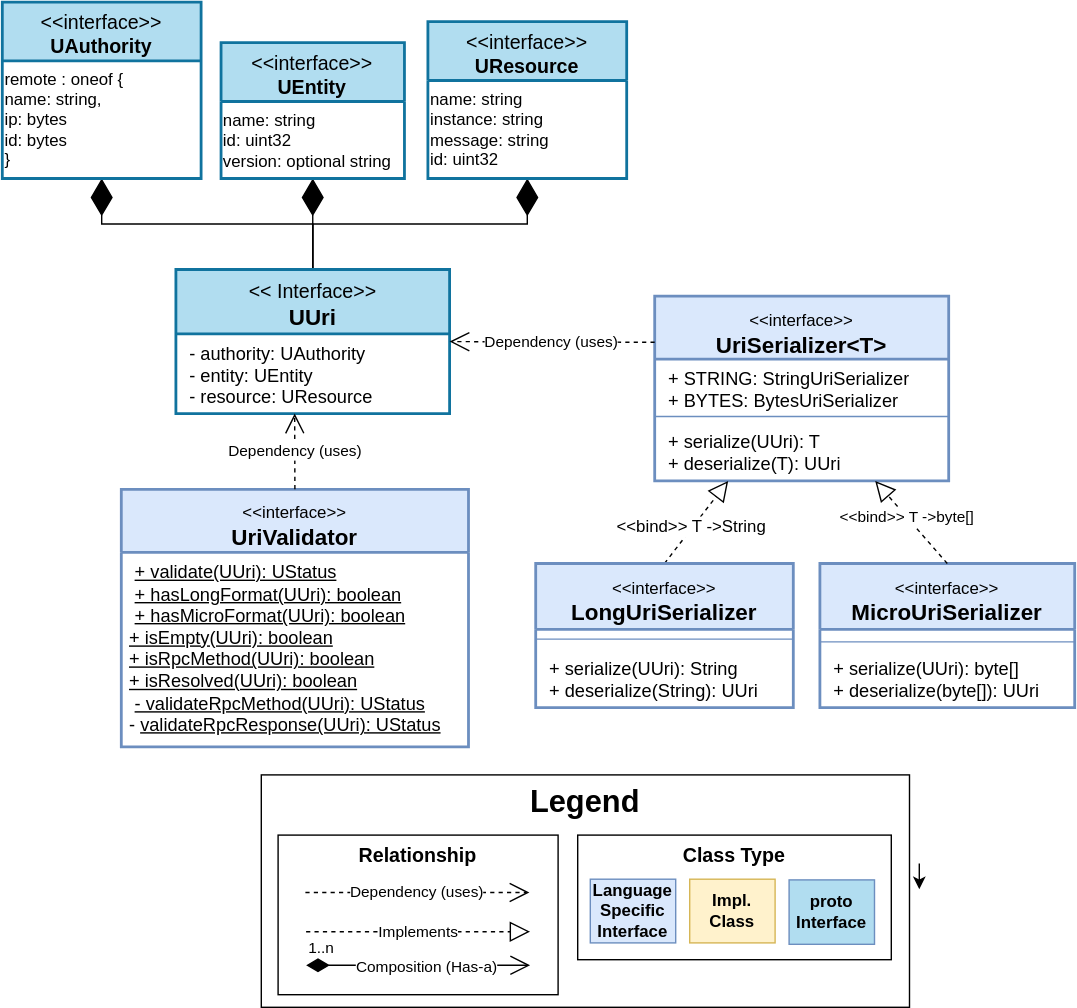
This is basics/uuri.drawio.svg from eclipse-uprotocol/up-spec, a draw.io export, as it was before one commit. Source tidied: cells renumbered, new cells last; positions are measured from the earlier drawing's top-left corner, leaving out a move shared by most shapes.
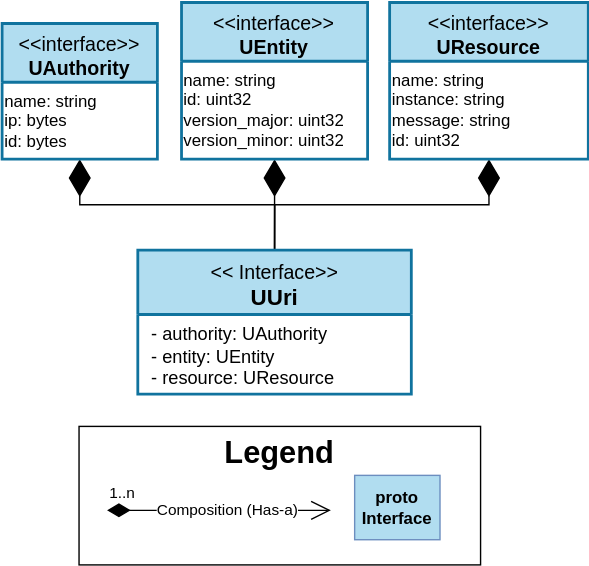
The same file after the commit.

Diff of the diagram source:
```diff
@@ -12,10 +12,10 @@
       <mxGeometry relative="1" as="geometry" />
     </mxCell>
     <mxCell id="5" value="&lt;font style=&quot;font-size: 14px;&quot;&gt;&lt;span style=&quot;font-weight: normal;&quot;&gt;&amp;lt;&amp;lt;interface&amp;gt;&amp;gt;&lt;/span&gt;&lt;br&gt;UAuthority&lt;/font&gt;" style="swimlane;fontStyle=1;align=center;verticalAlign=top;horizontal=1;startSize=42;whiteSpace=wrap;html=1;labelBackgroundColor=none;fillColor=#B1DDF0;strokeColor=#10739E;fontColor=#000000;strokeWidth=2;" parent="1" vertex="1">
-      <mxGeometry width="142" height="126" as="geometry" />
+      <mxGeometry x="27" y="29" width="111" height="97" as="geometry" />
     </mxCell>
-    <mxCell id="6" value="&lt;div style=&quot;&quot;&gt;&lt;span style=&quot;background-color: initial;&quot;&gt;remote : oneof {&lt;/span&gt;&lt;br&gt;&lt;/div&gt;&lt;div style=&quot;&quot;&gt;&lt;span style=&quot;background-color: initial;&quot;&gt;&amp;nbsp; &amp;nbsp; name: string,&lt;/span&gt;&lt;/div&gt;&lt;div style=&quot;&quot;&gt;&amp;nbsp; &amp;nbsp; ip: bytes&lt;/div&gt;&lt;div style=&quot;&quot;&gt;&amp;nbsp; &amp;nbsp; id: bytes&lt;/div&gt;&lt;div style=&quot;&quot;&gt;}&lt;/div&gt;" style="text;html=1;align=left;verticalAlign=middle;strokeColor=none;fillColor=none;fontColor=#000000;" parent="5" vertex="1">
-      <mxGeometry y="42" width="142" height="84" as="geometry" />
+    <mxCell id="6" value="&lt;div style=&quot;&quot;&gt;&lt;span style=&quot;background-color: initial;&quot;&gt;name: string&lt;/span&gt;&lt;br&gt;&lt;/div&gt;&lt;div style=&quot;&quot;&gt;ip: bytes&lt;/div&gt;&lt;div style=&quot;&quot;&gt;id: bytes&lt;/div&gt;" style="text;html=1;align=left;verticalAlign=middle;strokeColor=none;fillColor=none;fontColor=#000000;" parent="5" vertex="1">
+      <mxGeometry y="42" width="111" height="55" as="geometry" />
     </mxCell>
     <mxCell id="7" value="&lt;font style=&quot;&quot;&gt;&lt;span style=&quot;font-weight: normal;&quot;&gt;&lt;font style=&quot;font-size: 14px;&quot;&gt;&amp;lt;&amp;lt; Interface&amp;gt;&amp;gt;&lt;/font&gt;&lt;/span&gt;&lt;br&gt;&lt;span style=&quot;font-size: 16px;&quot;&gt;UUri&lt;/span&gt;&lt;/font&gt;" style="swimlane;fontStyle=1;align=center;verticalAlign=top;horizontal=1;startSize=46;whiteSpace=wrap;html=1;fillColor=#B1DDF0;strokeColor=#10739e;fontSize=15;strokeWidth=2;fontColor=#000000;" parent="1" vertex="1">
       <mxGeometry x="124" y="191" width="195.5" height="103" as="geometry" />
@@ -24,10 +24,10 @@
       <mxGeometry y="46" width="195.5" height="57" as="geometry" />
     </mxCell>
     <mxCell id="9" value="&lt;font style=&quot;font-size: 14px;&quot;&gt;&lt;span style=&quot;font-weight: normal;&quot;&gt;&amp;lt;&amp;lt;interface&amp;gt;&amp;gt;&lt;/span&gt;&lt;br&gt;UEntity&lt;/font&gt;" style="swimlane;fontStyle=1;align=center;verticalAlign=top;horizontal=1;startSize=42;whiteSpace=wrap;html=1;labelBackgroundColor=none;fillColor=#B1DDF0;strokeColor=#10739E;fontColor=#000000;strokeWidth=2;" parent="1" vertex="1">
-      <mxGeometry x="156.2" y="29" width="131" height="97" as="geometry" />
+      <mxGeometry x="155.2" y="14" width="133" height="112" as="geometry" />
     </mxCell>
-    <mxCell id="10" value="name: string&lt;br&gt;id: uint32&lt;br&gt;version: optional string" style="text;html=1;align=left;verticalAlign=middle;strokeColor=none;fillColor=none;fontColor=#000000;" parent="9" vertex="1">
-      <mxGeometry y="42" width="131" height="55" as="geometry" />
+    <mxCell id="10" value="name: string&lt;br&gt;id: uint32&lt;br&gt;version_major: uint32&lt;br&gt;version_minor: uint32" style="text;html=1;align=left;verticalAlign=middle;strokeColor=none;fillColor=none;fontColor=#000000;" parent="9" vertex="1">
+      <mxGeometry y="42" width="133" height="70" as="geometry" />
     </mxCell>
     <mxCell id="11" value="&lt;font style=&quot;font-size: 14px;&quot;&gt;&lt;span style=&quot;font-weight: normal;&quot;&gt;&amp;lt;&amp;lt;interface&amp;gt;&amp;gt;&lt;/span&gt;&lt;br&gt;UResource&lt;/font&gt;" style="swimlane;fontStyle=1;align=center;verticalAlign=top;horizontal=1;startSize=42;whiteSpace=wrap;html=1;labelBackgroundColor=none;fillColor=#B1DDF0;strokeColor=#10739E;fontColor=#000000;strokeWidth=2;" parent="1" vertex="1">
       <mxGeometry x="304" y="14" width="142" height="112" as="geometry" />
@@ -36,99 +36,15 @@
       <mxGeometry y="42" width="142" height="70" as="geometry" />
     </mxCell>
     <mxCell id="13" value="&lt;b style=&quot;font-size: 22px;&quot;&gt;&lt;font style=&quot;font-size: 22px;&quot;&gt;Legend&lt;/font&gt;&lt;/b&gt;" style="rounded=0;whiteSpace=wrap;html=1;verticalAlign=top;fontSize=22;fontColor=#000000;fillColor=#FFFFFF;strokeColor=#000000;align=center;" parent="1" vertex="1">
-      <mxGeometry x="185" y="552" width="463" height="166" as="geometry" />
+      <mxGeometry x="82" y="317" width="287" height="99" as="geometry" />
     </mxCell>
-    <mxCell id="14" value="&lt;b style=&quot;font-size: 14px;&quot;&gt;&lt;font style=&quot;font-size: 14px;&quot;&gt;Class Type&lt;/font&gt;&lt;/b&gt;" style="rounded=0;whiteSpace=wrap;html=1;verticalAlign=top;fontSize=14;fontColor=#000000;strokeColor=#000000;fillColor=#FFFFFF;" parent="1" vertex="1">
-      <mxGeometry x="411" y="595" width="224" height="89" as="geometry" />
-    </mxCell>
-    <mxCell id="15" value="Impl. Class" style="rounded=0;whiteSpace=wrap;html=1;fontStyle=1;fontSize=12;fillColor=#fff2cc;strokeColor=#d6b656;fontColor=#000000;" parent="1" vertex="1">
-      <mxGeometry x="491" y="626.5" width="61" height="45.5" as="geometry" />
-    </mxCell>
-    <mxCell id="16" value="Language Specific Interface" style="rounded=0;whiteSpace=wrap;html=1;fontStyle=1;fontSize=12;fillColor=#dae8fc;strokeColor=#6c8ebf;fontColor=#000000;" parent="1" vertex="1">
-      <mxGeometry x="420" y="626.5" width="61" height="45.5" as="geometry" />
-    </mxCell>
-    <mxCell id="17" value="&lt;b style=&quot;font-size: 14px;&quot;&gt;&lt;font style=&quot;font-size: 14px;&quot;&gt;Relationship&lt;/font&gt;&lt;/b&gt;" style="rounded=0;whiteSpace=wrap;html=1;verticalAlign=top;fontSize=14;fontColor=#000000;fillColor=#FFFFFF;strokeColor=#000000;" parent="1" vertex="1">
-      <mxGeometry x="197" y="595" width="200" height="114" as="geometry" />
-    </mxCell>
-    <mxCell id="18" value="Implements" style="endArrow=block;dashed=1;endFill=0;endSize=12;html=1;rounded=0;fontColor=#000000;labelBackgroundColor=#FFFFFF;strokeColor=#000000;" parent="1" edge="1">
-      <mxGeometry relative="1" as="geometry">
-        <mxPoint x="217" y="664" as="sourcePoint" />
-        <mxPoint x="377" y="664" as="targetPoint" />
-      </mxGeometry>
-    </mxCell>
-    <mxCell id="19" value="Dependency (uses)" style="endArrow=open;endSize=12;dashed=1;html=1;rounded=0;fontColor=#000000;labelBackgroundColor=#FFFFFF;strokeColor=#000000;" parent="1" edge="1">
-      <mxGeometry relative="1" as="geometry">
-        <mxPoint x="216.5" y="636" as="sourcePoint" />
-        <mxPoint x="376.5" y="636" as="targetPoint" />
-      </mxGeometry>
-    </mxCell>
-    <mxCell id="20" value="&lt;font style=&quot;font-size: 16px;&quot;&gt;&lt;span style=&quot;font-size: 12px; font-weight: 400;&quot;&gt;&amp;lt;&amp;lt;interface&amp;gt;&amp;gt;&lt;br&gt;&lt;/span&gt;UriSerializer&amp;lt;T&amp;gt;&lt;/font&gt;" style="swimlane;fontStyle=1;align=center;verticalAlign=top;horizontal=1;startSize=45;whiteSpace=wrap;html=1;fillColor=#dae8fc;strokeColor=#6c8ebf;fontSize=15;fontColor=#000000;strokeWidth=2;" parent="1" vertex="1">
-      <mxGeometry x="466" y="210" width="210" height="132" as="geometry" />
-    </mxCell>
-    <mxCell id="21" value="&lt;p style=&quot;border-color: var(--border-color); margin: 0px 0px 0px 4px; font-size: 13px;&quot;&gt;+ STRING: StringUriSerializer&lt;/p&gt;&lt;p style=&quot;border-color: var(--border-color); margin: 0px 0px 0px 4px; font-size: 13px;&quot;&gt;+ BYTES: BytesUriSerializer&lt;/p&gt;" style="text;strokeColor=none;fillColor=none;align=left;verticalAlign=top;spacingLeft=4;spacingRight=4;overflow=hidden;whiteSpace=wrap;html=1;fontColor=#000000;fontSize=13;" parent="20" vertex="1">
-      <mxGeometry y="45" width="210" height="37" as="geometry" />
-    </mxCell>
-    <mxCell id="22" style="line;strokeWidth=1;fillColor=none;align=left;verticalAlign=middle;spacingTop=-1;spacingLeft=3;spacingRight=3;labelPosition=right;strokeColor=inherit;fontColor=#000000;" parent="20" vertex="1">
-      <mxGeometry y="82" width="210" height="8" as="geometry" />
-    </mxCell>
-    <mxCell id="23" value="&lt;p style=&quot;border-color: var(--border-color); margin: 0px 0px 0px 4px; font-size: 13px;&quot;&gt;&lt;span style=&quot;background-color: initial; font-size: 13px;&quot;&gt;+ serialize(UUri): T&lt;/span&gt;&lt;br style=&quot;font-size: 13px;&quot;&gt;&lt;/p&gt;&lt;p style=&quot;border-color: var(--border-color); margin: 0px 0px 0px 4px; font-size: 13px;&quot;&gt;+ deserialize(T): UUri&lt;/p&gt;&lt;p style=&quot;border-color: var(--border-color); margin: 0px 0px 0px 4px; font-size: 13px;&quot;&gt;&lt;br style=&quot;font-size: 13px;&quot;&gt;&lt;/p&gt;" style="text;strokeColor=none;fillColor=none;align=left;verticalAlign=top;spacingLeft=4;spacingRight=4;overflow=hidden;whiteSpace=wrap;html=1;fontColor=#000000;fontSize=13;" parent="20" vertex="1">
-      <mxGeometry y="90" width="210" height="42" as="geometry" />
-    </mxCell>
-    <mxCell id="24" style="endArrow=block;dashed=1;endFill=0;endSize=12;html=1;rounded=0;exitX=0.5;exitY=0;exitDx=0;exitDy=0;fontColor=#000000;strokeColor=#000000;entryX=0.25;entryY=1;entryDx=0;entryDy=0;" parent="1" edge="1" source="26" target="20">
-      <mxGeometry relative="1" as="geometry" />
-    </mxCell>
-    <mxCell id="25" value="&amp;lt;&amp;lt;bind&amp;gt;&amp;gt; T -&amp;gt;String" style="edgeLabel;html=1;align=center;verticalAlign=middle;fontSize=12;fontColor=#000000;labelBackgroundColor=#FFFFFF;" parent="24" vertex="1">
-      <mxGeometry x="-0.14" y="2" relative="1" as="geometry" />
-    </mxCell>
-    <mxCell id="26" value="&lt;font style=&quot;font-size: 16px;&quot;&gt;&lt;span style=&quot;font-size: 12px; font-weight: 400;&quot;&gt;&amp;lt;&amp;lt;interface&amp;gt;&amp;gt;&lt;br&gt;&lt;/span&gt;LongUriSerializer&lt;/font&gt;" style="swimlane;fontStyle=1;align=center;verticalAlign=top;horizontal=1;startSize=47;whiteSpace=wrap;html=1;fillColor=#dae8fc;strokeColor=#6c8ebf;fontSize=15;fontColor=#000000;strokeWidth=2;" parent="1" vertex="1">
-      <mxGeometry x="381" y="401" width="184" height="103" as="geometry" />
-    </mxCell>
-    <mxCell id="27" style="line;strokeWidth=1;fillColor=none;align=left;verticalAlign=middle;spacingTop=-1;spacingLeft=3;spacingRight=3;labelPosition=right;strokeColor=inherit;fontColor=#000000;" parent="26" vertex="1">
-      <mxGeometry y="47" width="184" height="14" as="geometry" />
-    </mxCell>
-    <mxCell id="28" value="&lt;p style=&quot;border-color: var(--border-color); margin: 0px 0px 0px 4px; font-size: 13px;&quot;&gt;&lt;span style=&quot;background-color: initial; font-size: 13px;&quot;&gt;+ serialize(UUri): String&lt;/span&gt;&lt;br style=&quot;font-size: 13px;&quot;&gt;&lt;/p&gt;&lt;p style=&quot;border-color: var(--border-color); margin: 0px 0px 0px 4px; font-size: 13px;&quot;&gt;+ deserialize(String): UUri&lt;/p&gt;" style="text;strokeColor=none;fillColor=none;align=left;verticalAlign=top;spacingLeft=4;spacingRight=4;overflow=hidden;whiteSpace=wrap;html=1;fontColor=#000000;fontSize=13;" parent="26" vertex="1">
-      <mxGeometry y="61" width="184" height="42" as="geometry" />
-    </mxCell>
-    <mxCell id="29" value="&lt;font style=&quot;font-size: 16px;&quot;&gt;&lt;span style=&quot;font-size: 12px; font-weight: 400;&quot;&gt;&amp;lt;&amp;lt;interface&amp;gt;&amp;gt;&lt;br&gt;&lt;/span&gt;MicroUriSerializer&lt;/font&gt;" style="swimlane;fontStyle=1;align=center;verticalAlign=top;horizontal=1;startSize=47;whiteSpace=wrap;html=1;fillColor=#dae8fc;strokeColor=#6c8ebf;fontSize=15;fontColor=#000000;strokeWidth=2;" parent="1" vertex="1">
-      <mxGeometry x="584" y="401" width="182" height="103" as="geometry" />
-    </mxCell>
-    <mxCell id="30" value="&lt;p style=&quot;border-color: var(--border-color); margin: 0px 0px 0px 4px;&quot;&gt;&lt;br&gt;&lt;/p&gt;" style="text;strokeColor=none;fillColor=none;align=left;verticalAlign=top;spacingLeft=4;spacingRight=4;overflow=hidden;whiteSpace=wrap;html=1;fontColor=#000000;" parent="29" vertex="1">
-      <mxGeometry y="47" width="182" height="4" as="geometry" />
-    </mxCell>
-    <mxCell id="31" style="line;strokeWidth=1;fillColor=none;align=left;verticalAlign=middle;spacingTop=-1;spacingLeft=3;spacingRight=3;labelPosition=right;strokeColor=inherit;fontColor=#000000;" parent="29" vertex="1">
-      <mxGeometry y="51" width="182" height="10" as="geometry" />
-    </mxCell>
-    <mxCell id="32" value="&lt;p style=&quot;border-color: var(--border-color); margin: 0px 0px 0px 4px; font-size: 13px;&quot;&gt;&lt;span style=&quot;background-color: initial; font-size: 13px;&quot;&gt;+ serialize(UUri): byte[]&lt;/span&gt;&lt;br style=&quot;font-size: 13px;&quot;&gt;&lt;/p&gt;&lt;p style=&quot;border-color: var(--border-color); margin: 0px 0px 0px 4px; font-size: 13px;&quot;&gt;+ deserialize(byte[]): UUri&lt;/p&gt;" style="text;strokeColor=none;fillColor=none;align=left;verticalAlign=top;spacingLeft=4;spacingRight=4;overflow=hidden;whiteSpace=wrap;html=1;fontColor=#000000;fontSize=13;" parent="29" vertex="1">
-      <mxGeometry y="61" width="182" height="42" as="geometry" />
-    </mxCell>
-    <mxCell id="33" value="&amp;lt;&amp;lt;bind&amp;gt;&amp;gt; T -&amp;gt;byte[]" style="endArrow=block;dashed=1;endFill=0;endSize=12;html=1;rounded=0;exitX=0.5;exitY=0;exitDx=0;exitDy=0;entryX=0.75;entryY=1;entryDx=0;entryDy=0;fontColor=#000000;strokeColor=#000000;labelBackgroundColor=#FFFFFF;" parent="1" edge="1" source="29" target="20">
-      <mxGeometry x="0.13" relative="1" as="geometry" />
-    </mxCell>
-    <mxCell id="34" value="Dependency (uses)" style="endArrow=open;endSize=12;dashed=1;html=1;rounded=0;entryX=1;entryY=0.5;entryDx=0;entryDy=0;fontColor=#000000;strokeColor=#000000;labelBackgroundColor=#FFFFFF;exitX=0;exitY=0.25;exitDx=0;exitDy=0;" parent="1" edge="1" source="20" target="7">
-      <mxGeometry relative="1" as="geometry" />
-    </mxCell>
     <mxCell id="35" value="proto Interface" style="rounded=0;whiteSpace=wrap;html=1;fontStyle=1;fontSize=12;fillColor=#B1DDF0;strokeColor=#6c8ebf;fontColor=#000000;" parent="1" vertex="1">
-      <mxGeometry x="562" y="627" width="61" height="46" as="geometry" />
+      <mxGeometry x="279" y="352" width="61" height="46" as="geometry" />
     </mxCell>
-    <mxCell id="36" value="&lt;font style=&quot;&quot;&gt;&lt;font style=&quot;font-size: 12px;&quot;&gt;&lt;span style=&quot;font-weight: normal;&quot;&gt;&amp;lt;&amp;lt;interface&amp;gt;&amp;gt;&lt;/span&gt;&lt;br&gt;&lt;/font&gt;&lt;span style=&quot;font-size: 16px;&quot;&gt;UriValidator&lt;/span&gt;&lt;br&gt;&lt;/font&gt;" style="swimlane;fontStyle=1;align=center;verticalAlign=top;horizontal=1;startSize=45;whiteSpace=wrap;html=1;fillColor=#dae8fc;strokeColor=#6c8ebf;fontSize=15;fontColor=#000000;strokeWidth=2;" parent="1" vertex="1">
-      <mxGeometry x="85" y="348" width="248" height="184" as="geometry" />
-    </mxCell>
-    <mxCell id="37" value="&lt;p style=&quot;border-color: var(--border-color); margin: 0px 0px 0px 4px;&quot;&gt;&lt;u&gt;&lt;span style=&quot;background-color: initial;&quot;&gt;+ validate(UUri): UStatus&lt;/span&gt;&lt;br&gt;&lt;/u&gt;&lt;/p&gt;&lt;p style=&quot;border-color: var(--border-color); margin: 0px 0px 0px 4px;&quot;&gt;&lt;u&gt;&lt;span style=&quot;background-color: initial;&quot;&gt;+ hasLongFormat(UUri): boolean&lt;/span&gt;&lt;br&gt;&lt;/u&gt;&lt;/p&gt;&lt;p style=&quot;border-color: var(--border-color); margin: 0px 0px 0px 4px;&quot;&gt;&lt;u&gt;+ hasMicroFormat(UUri): boolean&lt;/u&gt;&lt;/p&gt;&lt;div&gt;&lt;span style=&quot;background-color: initial;&quot;&gt;&amp;nbsp;&lt;u&gt;+ isEmpty(UUri): boolean&lt;/u&gt;&lt;/span&gt;&lt;br&gt;&lt;/div&gt;&lt;div&gt;&amp;nbsp;&lt;u&gt;+ isRpcMethod(UUri): boolean&lt;/u&gt;&lt;/div&gt;&lt;div&gt;&amp;nbsp;&lt;u&gt;+ isResolved(UUri): boolean&lt;/u&gt;&lt;/div&gt;&lt;p style=&quot;border-color: var(--border-color); margin: 0px 0px 0px 4px;&quot;&gt;&lt;u&gt;- validateRpcMethod(UUri): UStatus&lt;/u&gt;&lt;/p&gt;&lt;div&gt;&lt;span style=&quot;background-color: initial;&quot;&gt;&amp;nbsp;-&lt;u&gt;&amp;nbsp;validateRpcResponse(UUri): UStatus&lt;/u&gt;&lt;/span&gt;&lt;br&gt;&lt;/div&gt;&lt;div&gt;&lt;br&gt;&lt;/div&gt;" style="text;strokeColor=none;fillColor=none;align=left;verticalAlign=top;spacingLeft=4;spacingRight=4;overflow=hidden;whiteSpace=wrap;html=1;fontColor=#000000;fontSize=13;" parent="36" vertex="1">
-      <mxGeometry y="45" width="248" height="139" as="geometry" />
-    </mxCell>
-    <mxCell id="38" value="Dependency (uses)" style="endArrow=open;endSize=12;dashed=1;html=1;rounded=0;fontColor=#000000;strokeColor=#000000;labelBackgroundColor=#FFFFFF;exitX=0.5;exitY=0;exitDx=0;exitDy=0;entryX=0.434;entryY=0.998;entryDx=0;entryDy=0;entryPerimeter=0;" parent="1" edge="1" source="36" target="8">
-      <mxGeometry relative="1" as="geometry" />
-    </mxCell>
-    <mxCell id="39" style="edgeStyle=none;html=1;" parent="1" edge="1">
-      <mxGeometry relative="1" as="geometry">
-        <mxPoint x="655" y="615.3" as="sourcePoint" />
-        <mxPoint x="655" y="633.7" as="targetPoint" />
-      </mxGeometry>
-    </mxCell>
     <mxCell id="40" value="1..n" style="endArrow=open;html=1;endSize=12;startArrow=diamondThin;startSize=14;startFill=1;edgeStyle=orthogonalEdgeStyle;align=left;verticalAlign=bottom;rounded=0;fontColor=#000000;labelBackgroundColor=#FFFFFF;strokeColor=#000000;" parent="1" edge="1">
       <mxGeometry x="-1" y="3" relative="1" as="geometry">
-        <mxPoint x="217" y="688" as="sourcePoint" />
-        <mxPoint x="377" y="688" as="targetPoint" />
+        <mxPoint x="102" y="377" as="sourcePoint" />
+        <mxPoint x="262" y="377" as="targetPoint" />
       </mxGeometry>
     </mxCell>
     <mxCell id="41" value="Composition (Has-a)" style="edgeLabel;html=1;align=center;verticalAlign=middle;fontColor=#000000;labelBackgroundColor=#FFFFFF;" parent="40" vertex="1">
```
